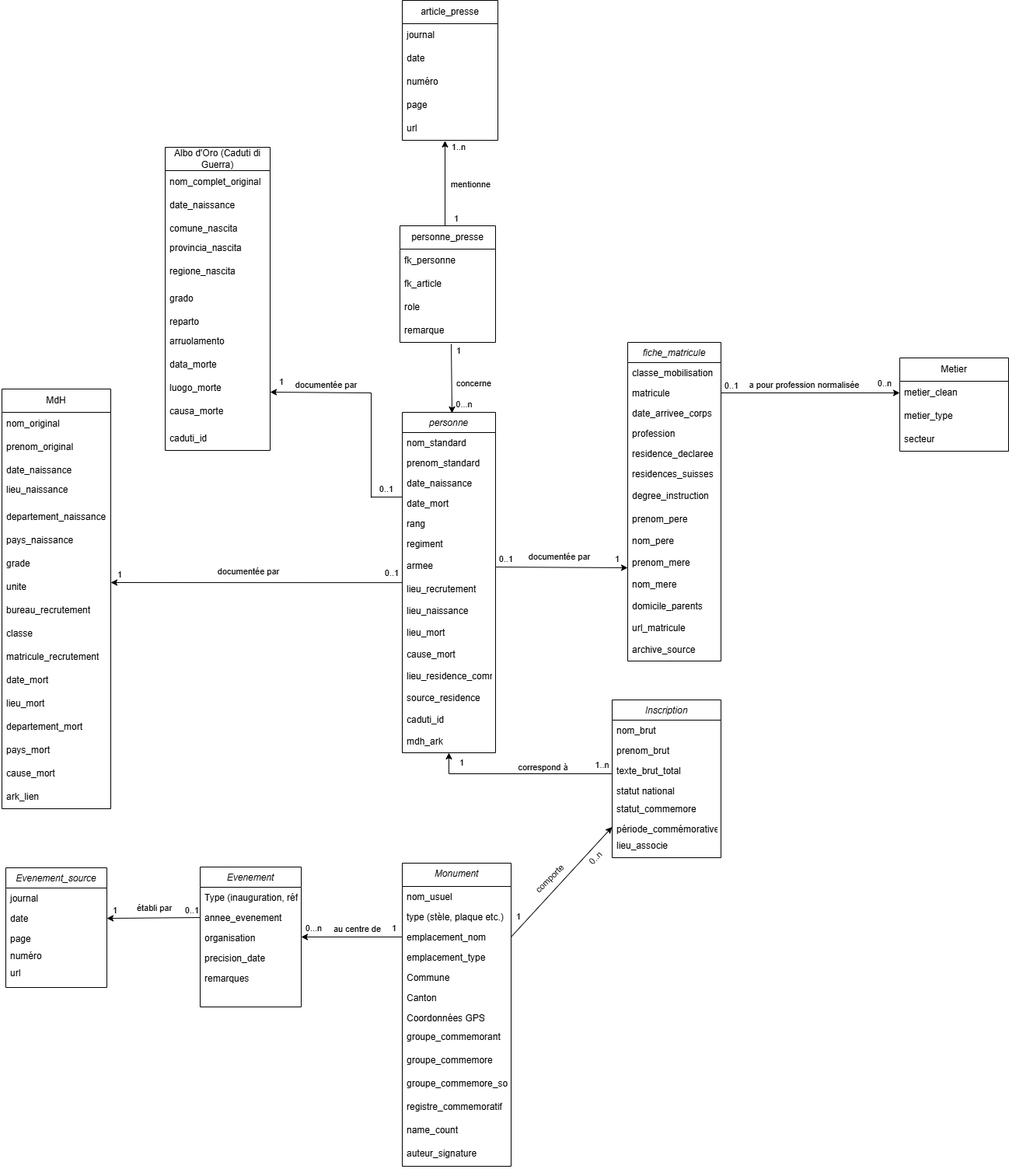
This is Modèle conceptuel/MC_versionPNG.png from samohTDNM/Monument_Etrangers_14-18_Suisse, a draw.io export, as it was before one commit. Source tidied: cells renumbered, new cells last; positions are measured from the earlier drawing's top-left corner, leaving out a move shared by most shapes.
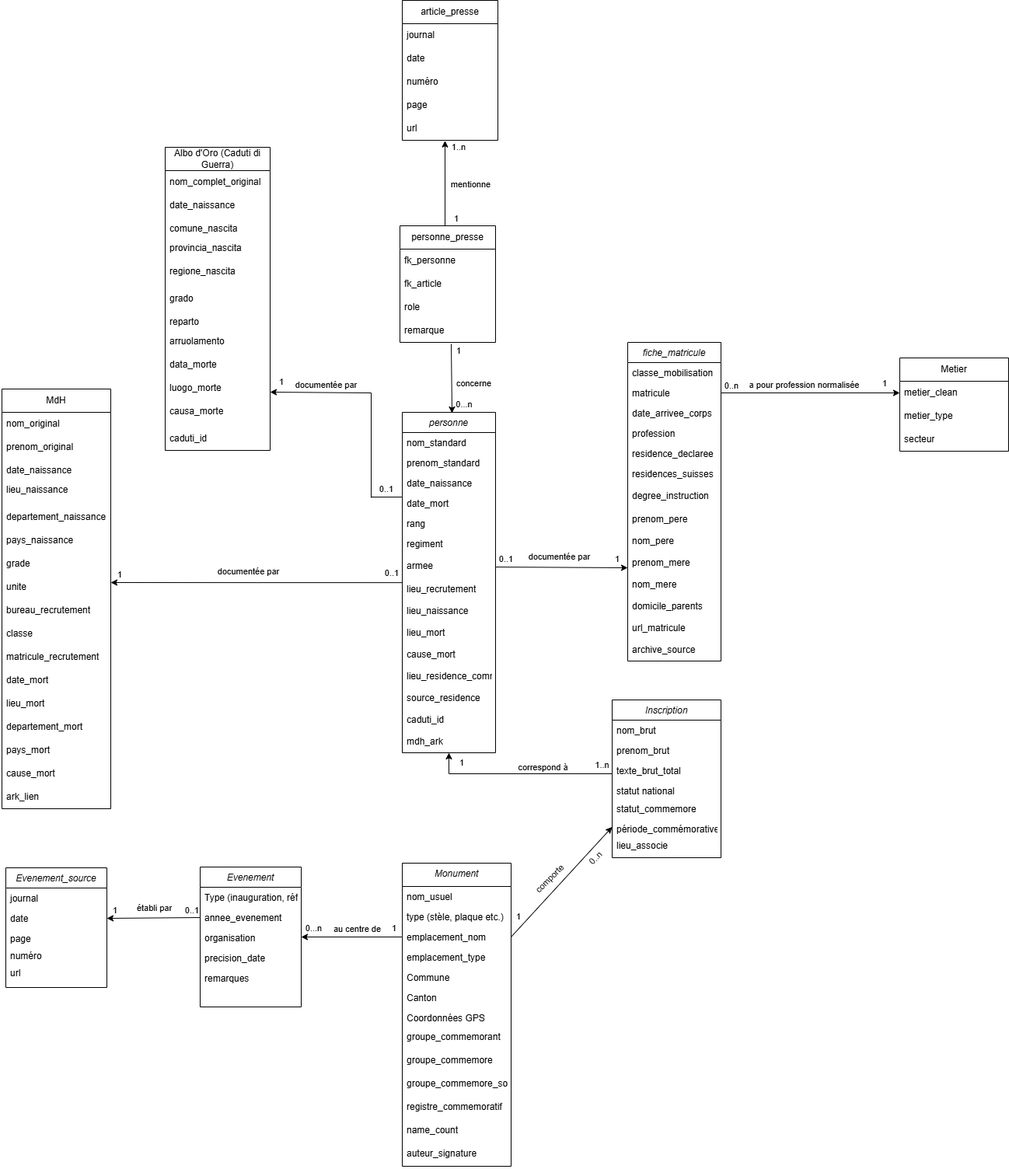
The same file after the commit.

The edit, as a diff of the source:
```diff
@@ -492,10 +492,10 @@
     <mxCell id="150" style="endArrow=classic;html=1;rounded=0;exitX=1;exitY=0.5;exitDx=0;exitDy=0;entryX=0;entryY=0.5;entryDx=0;entryDy=0;" parent="1" edge="1" source="72" target="119">
       <mxGeometry relative="1" as="geometry" />
     </mxCell>
-    <mxCell id="151" value="0..1" style="text;html=1;whiteSpace=wrap;strokeColor=none;fillColor=none;align=center;verticalAlign=middle;rounded=0;fontSize=11;" parent="1" vertex="1">
+    <mxCell id="151" value="0..n" style="text;html=1;whiteSpace=wrap;strokeColor=none;fillColor=none;align=center;verticalAlign=middle;rounded=0;fontSize=11;" parent="1" vertex="1">
       <mxGeometry x="929" y="487" width="20" height="18" as="geometry" />
     </mxCell>
-    <mxCell id="152" value="0..n" style="text;html=1;whiteSpace=wrap;strokeColor=none;fillColor=none;align=center;verticalAlign=middle;rounded=0;fontSize=11;" parent="1" vertex="1">
+    <mxCell id="152" value="1" style="text;html=1;whiteSpace=wrap;strokeColor=none;fillColor=none;align=center;verticalAlign=middle;rounded=0;fontSize=11;" parent="1" vertex="1">
       <mxGeometry x="1126" y="484" width="20" height="18" as="geometry" />
     </mxCell>
     <mxCell id="153" value="a pour profession normalisée" style="edgeLabel;html=1;align=center;verticalAlign=middle;rotation=0;" parent="1" vertex="1">
```
